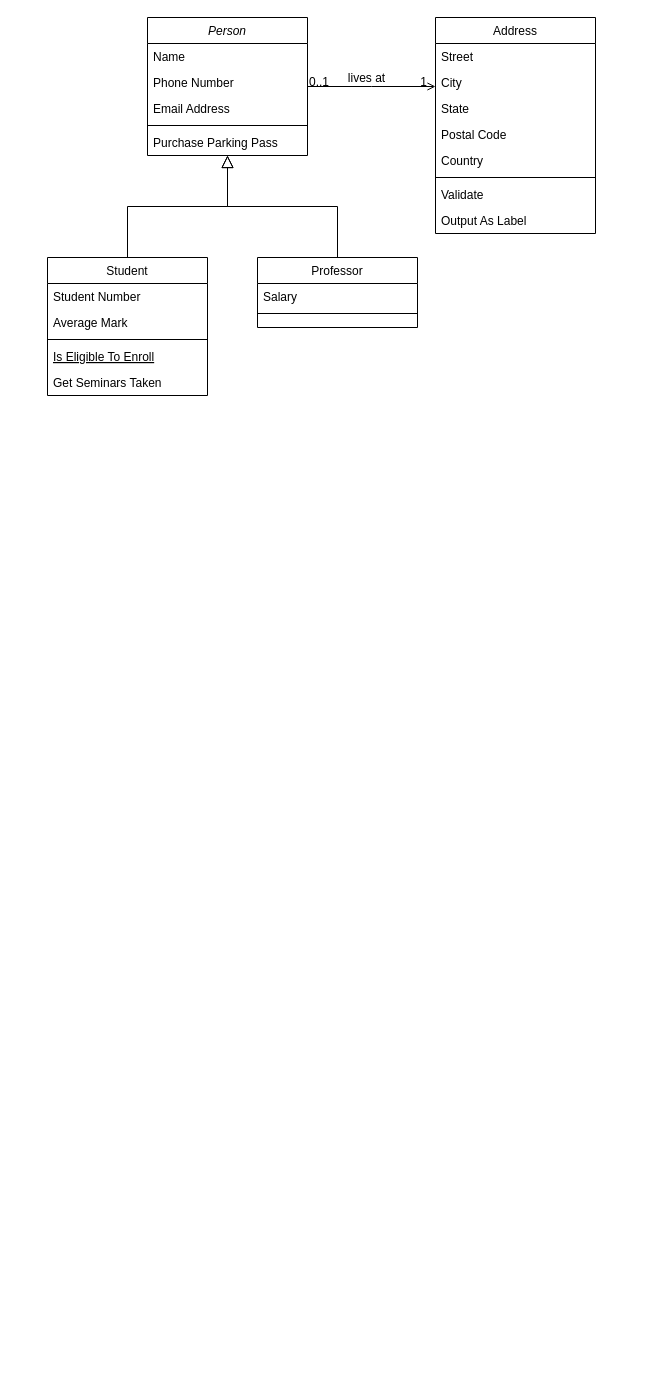
The draw.io diagram Диаграмма без названия.drawio in Ak-Sakal/internshipw1l1, before the edit. Source tidied: cells renumbered, new cells numbered last; positions are measured from the earlier drawing's top-left corner, leaving out a move shared by most shapes. Both pictures are drawn from the tidied source at 100%, with x=0, y=0 at pixel (47, 17).
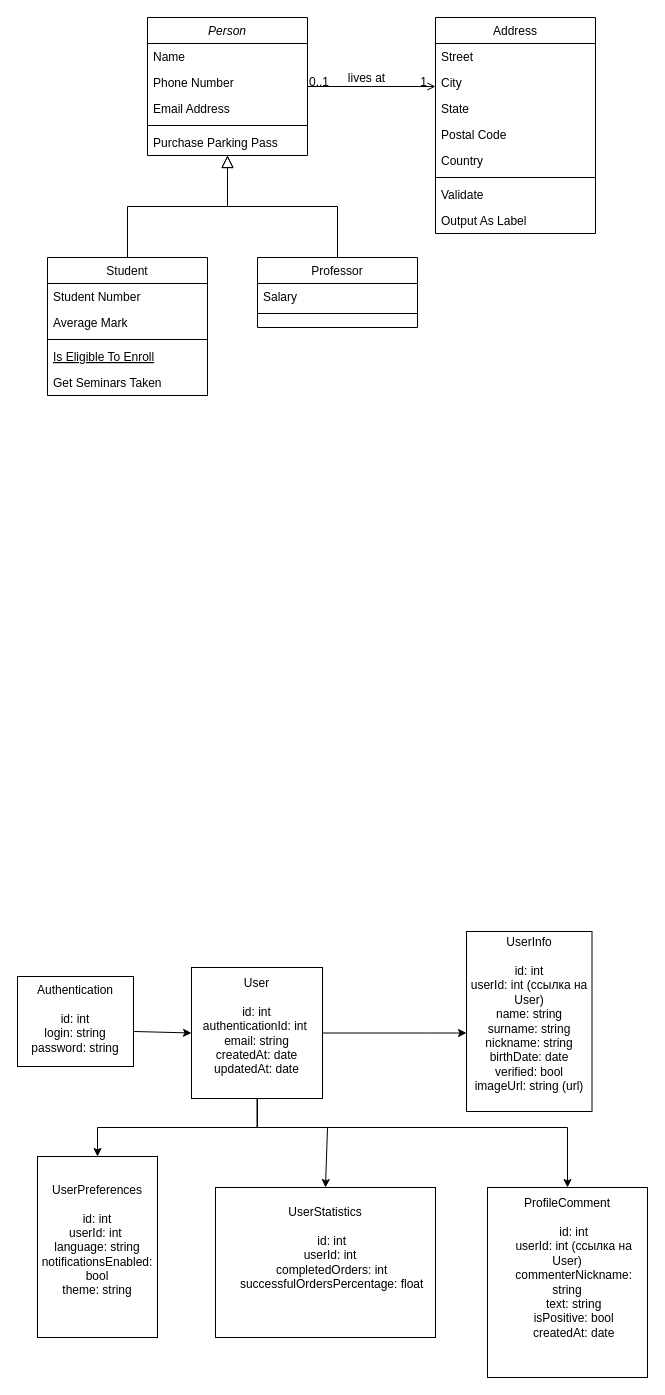
Above is the later version.

Diff of the diagram source:
```diff
@@
+    <mxCell id="32" value="Authentication&lt;br&gt;&lt;br&gt;    id: int&lt;br&gt;    login: string&lt;br&gt;    password: string&lt;div&gt;&lt;br&gt;&lt;/div&gt;" style="whiteSpace=wrap;html=1;align=center;verticalAlign=top;" parent="1" vertex="1">
+      <mxGeometry x="-30" y="959" width="116" height="90" as="geometry" />
+    </mxCell>
+    <mxCell id="33" style="edgeStyle=orthogonalEdgeStyle;rounded=0;jettySize=auto;html=1;" parent="1" edge="1" source="36" target="38">
+      <mxGeometry relative="1" as="geometry">
+        <Array as="points">
+          <mxPoint x="210" y="1110" />
+          <mxPoint x="50" y="1110" />
+        </Array>
+      </mxGeometry>
+    </mxCell>
+    <mxCell id="34" style="edgeStyle=orthogonalEdgeStyle;rounded=0;jettySize=auto;html=1;" parent="1" edge="1" source="36" target="37">
+      <mxGeometry relative="1" as="geometry">
+        <Array as="points">
+          <mxPoint x="380" y="1016" />
+          <mxPoint x="380" y="1016" />
+        </Array>
+      </mxGeometry>
+    </mxCell>
+    <mxCell id="35" style="edgeStyle=orthogonalEdgeStyle;rounded=0;jettySize=auto;html=1;" parent="1" edge="1" target="42">
+      <mxGeometry relative="1" as="geometry">
+        <mxPoint x="210" y="1080" as="sourcePoint" />
+        <Array as="points">
+          <mxPoint x="210" y="1110" />
+          <mxPoint x="520" y="1110" />
+        </Array>
+      </mxGeometry>
+    </mxCell>
+    <mxCell id="36" value="User&lt;br&gt;&lt;br&gt;    id: int&lt;br&gt;    authenticationId: int&amp;nbsp;&lt;br&gt;    email: string&lt;br&gt;    createdAt: date&lt;br&gt;    updatedAt: date&lt;div&gt;&lt;br&gt;&lt;/div&gt;" style="rounded=0;whiteSpace=wrap;html=1;align=center;" parent="1" vertex="1">
+      <mxGeometry x="144" y="950" width="131" height="131" as="geometry" />
+    </mxCell>
+    <mxCell id="37" value="UserInfo&lt;br&gt;&lt;br&gt;    id: int&lt;br&gt;    userId: int (ссылка на User)&lt;br&gt;    name: string&lt;br&gt;    surname: string&lt;br&gt;    nickname: string&lt;br&gt;    birthDate: date&lt;br&gt;    verified: bool&lt;br&gt;    imageUrl: string (url)&lt;div&gt;&lt;br/&gt;&lt;/div&gt;" style="rounded=0;whiteSpace=wrap;html=1;" parent="1" vertex="1">
+      <mxGeometry x="419" y="914" width="125.5" height="180" as="geometry" />
+    </mxCell>
+    <mxCell id="38" value="UserPreferences&lt;br&gt;&lt;br&gt;    id: int&lt;br&gt;    userId: int&amp;nbsp;&lt;br&gt;    language: string&lt;br&gt;    notificationsEnabled: bool&lt;br&gt;    theme: string&lt;div&gt;&lt;br&gt;&lt;/div&gt;" style="rounded=0;whiteSpace=wrap;html=1;" parent="1" vertex="1">
+      <mxGeometry x="-10" y="1139" width="120" height="181" as="geometry" />
+    </mxCell>
+    <mxCell id="39" style="endArrow=classic;html=1;rounded=0;entryX=0;entryY=0.5;entryDx=0;entryDy=0;exitX=1.006;exitY=0.611;exitDx=0;exitDy=0;exitPerimeter=0;" parent="1" edge="1" source="32" target="36">
+      <mxGeometry relative="1" as="geometry" />
+    </mxCell>
+    <mxCell id="40" value="&lt;div&gt;UserStatistics&lt;/div&gt;&lt;div&gt;&lt;br&gt;&lt;/div&gt;&lt;div&gt;&amp;nbsp; &amp;nbsp; id: int&lt;/div&gt;&lt;div&gt;&amp;nbsp; &amp;nbsp; userId: int&amp;nbsp;&lt;/div&gt;&lt;div&gt;&amp;nbsp; &amp;nbsp; completedOrders: int&lt;/div&gt;&lt;div&gt;&amp;nbsp; &amp;nbsp; successfulOrdersPercentage: float&lt;/div&gt;&lt;div&gt;&lt;br&gt;&lt;/div&gt;&lt;div&gt;&lt;br&gt;&lt;/div&gt;" style="rounded=0;whiteSpace=wrap;html=1;align=center;" parent="1" vertex="1">
+      <mxGeometry x="168" y="1170" width="220" height="150" as="geometry" />
+    </mxCell>
+    <mxCell id="41" style="endArrow=classic;html=1;rounded=0;entryX=0.5;entryY=0;entryDx=0;entryDy=0;" parent="1" edge="1" target="40">
+      <mxGeometry relative="1" as="geometry">
+        <mxPoint x="210" y="1110" as="sourcePoint" />
+        <Array as="points">
+          <mxPoint x="280" y="1110" />
+        </Array>
+      </mxGeometry>
+    </mxCell>
+    <mxCell id="42" value="&lt;div&gt;ProfileComment&lt;/div&gt;&lt;div&gt;&lt;br&gt;&lt;/div&gt;&lt;div&gt;&amp;nbsp; &amp;nbsp; id: int&lt;/div&gt;&lt;div&gt;&amp;nbsp; &amp;nbsp; userId: int (ссылка на User)&lt;/div&gt;&lt;div&gt;&amp;nbsp; &amp;nbsp; commenterNickname: string&lt;/div&gt;&lt;div&gt;&amp;nbsp; &amp;nbsp; text: string&lt;/div&gt;&lt;div&gt;&amp;nbsp; &amp;nbsp; isPositive: bool&lt;/div&gt;&lt;div&gt;&amp;nbsp; &amp;nbsp; createdAt: date&lt;/div&gt;&lt;div&gt;&lt;br&gt;&lt;/div&gt;&lt;div&gt;&lt;br&gt;&lt;/div&gt;" style="whiteSpace=wrap;html=1;rounded=0;" parent="1" vertex="1">
+      <mxGeometry x="440" y="1170" width="160" height="190" as="geometry" />
+    </mxCell>
```
